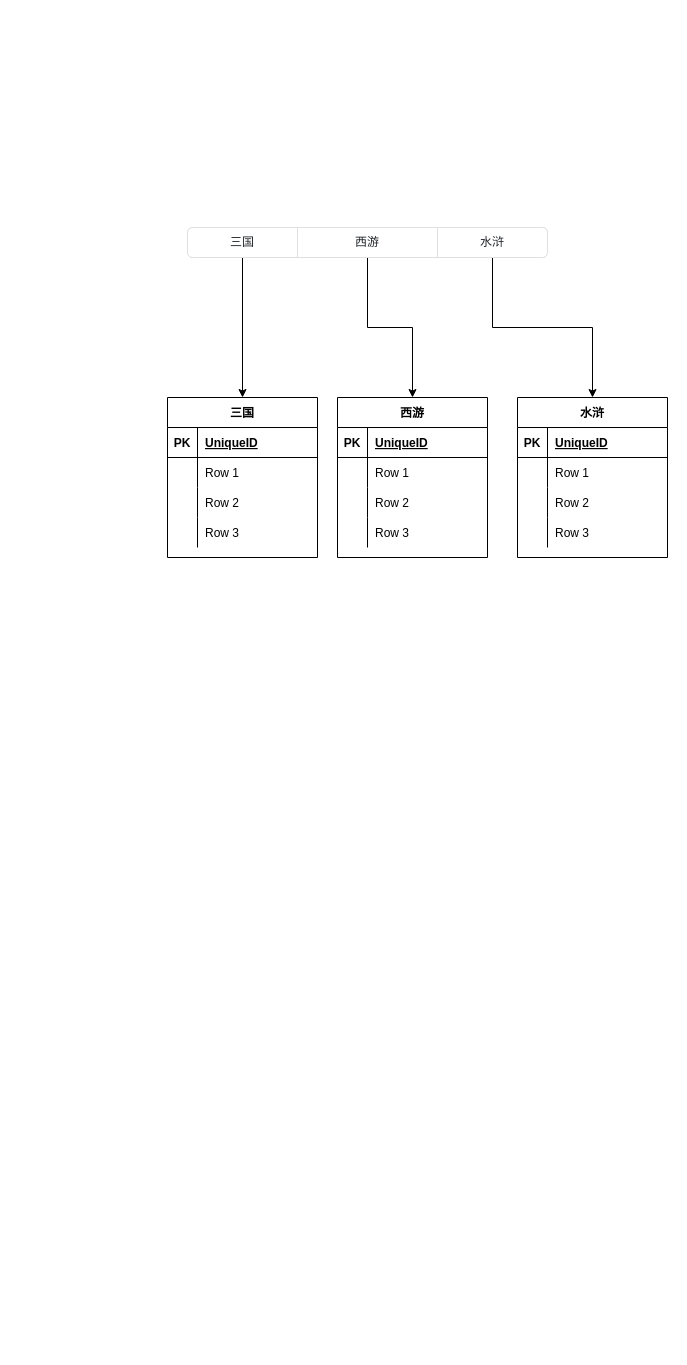
Before: redis-cache.drawio in yiuked/diagram, a draw.io diagram. Source tidied: cells renumbered, new cells numbered last; positions are measured from the earlier drawing's top-left corner, leaving out a move shared by most shapes. Both pictures are drawn from the tidied source at 100%, with x=0, y=0 at pixel (167, 227).
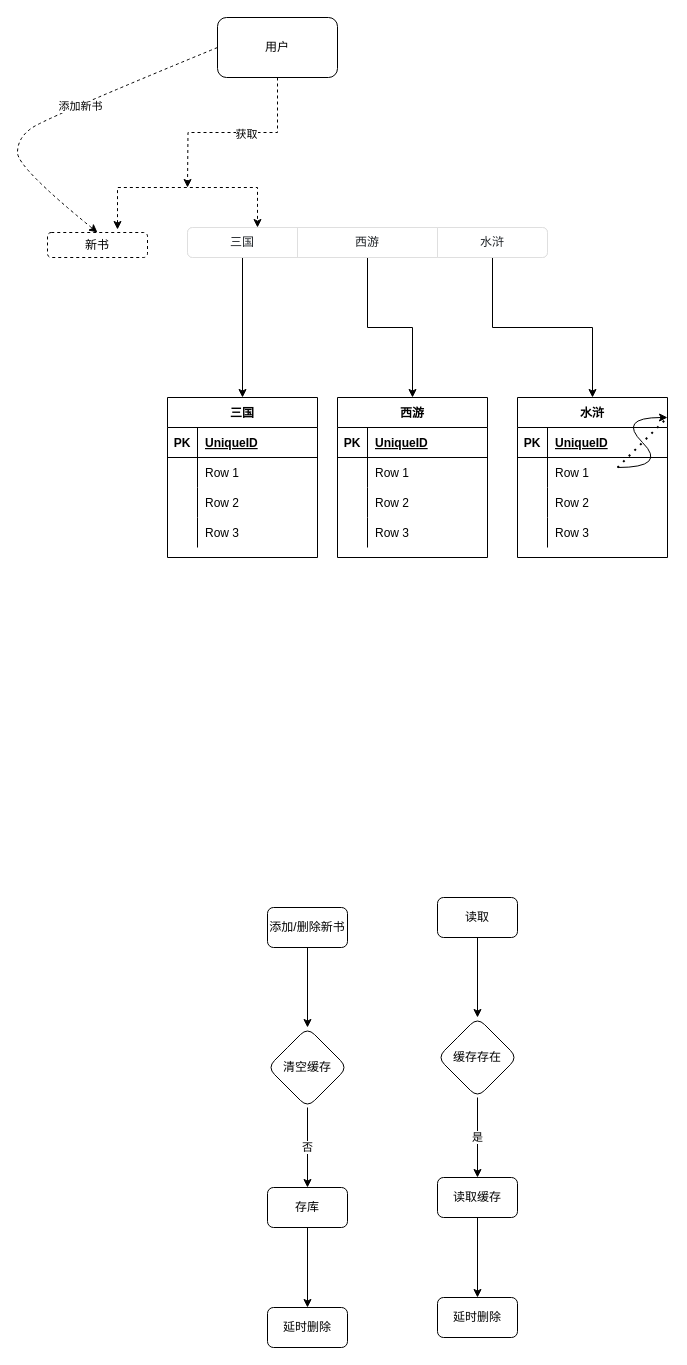
The same page after the edit.

The edit, as a diff of the source:
```diff
@@
+    <mxCell id="48" value="新书" style="rounded=1;whiteSpace=wrap;html=1;dashed=1;" parent="1" vertex="1">
+      <mxGeometry x="-120" y="5" width="100" height="25" as="geometry" />
+    </mxCell>
+    <mxCell id="49" style="edgeStyle=orthogonalEdgeStyle;rounded=0;jettySize=auto;html=1;exitX=0.5;exitY=1;exitDx=0;exitDy=0;dashed=1;" parent="1" edge="1" source="51">
+      <mxGeometry relative="1" as="geometry">
+        <mxPoint x="20" y="-40" as="targetPoint" />
+      </mxGeometry>
+    </mxCell>
+    <mxCell id="50" value="获取" style="edgeLabel;html=1;align=center;verticalAlign=middle;" parent="49" vertex="1">
+      <mxGeometry x="-0.13" y="1" relative="1" as="geometry" />
+    </mxCell>
+    <mxCell id="51" value="用户" style="rounded=1;whiteSpace=wrap;html=1;" parent="1" vertex="1">
+      <mxGeometry x="50" y="-210" width="120" height="60" as="geometry" />
+    </mxCell>
+    <mxCell id="52" style="curved=1;endArrow=classic;html=1;rounded=0;" parent="1" edge="1">
+      <mxGeometry relative="1" as="geometry">
+        <mxPoint x="450" y="240" as="sourcePoint" />
+        <mxPoint x="500" y="190" as="targetPoint" />
+        <Array as="points">
+          <mxPoint x="500" y="240" />
+          <mxPoint x="450" y="190" />
+        </Array>
+      </mxGeometry>
+    </mxCell>
+    <mxCell id="53" style="curved=1;endArrow=classic;html=1;rounded=0;exitX=0;exitY=0.5;exitDx=0;exitDy=0;entryX=0.5;entryY=0;entryDx=0;entryDy=0;dashed=1;" parent="1" edge="1" source="51" target="48">
+      <mxGeometry relative="1" as="geometry">
+        <Array as="points">
+          <mxPoint x="-120" y="-110" />
+          <mxPoint x="-150" y="-90" />
+          <mxPoint x="-150" y="-60" />
+        </Array>
+      </mxGeometry>
+    </mxCell>
+    <mxCell id="54" value="添加新书" style="edgeLabel;html=1;align=center;verticalAlign=middle;" parent="53" vertex="1">
+      <mxGeometry x="-0.15" y="2" relative="1" as="geometry" />
+    </mxCell>
+    <mxCell id="55" style="endArrow=none;dashed=1;html=1;dashPattern=1 3;strokeWidth=2;rounded=0;" parent="1" edge="1">
+      <mxGeometry relative="1" as="geometry">
+        <mxPoint x="450" y="240" as="sourcePoint" />
+        <mxPoint x="500" y="190" as="targetPoint" />
+      </mxGeometry>
+    </mxCell>
+    <mxCell id="56" style="endArrow=classic;startArrow=classic;html=1;rounded=0;dashed=1;" parent="1" edge="1">
+      <mxGeometry relative="1" as="geometry">
+        <mxPoint x="-50" y="2" as="sourcePoint" />
+        <mxPoint x="90" as="targetPoint" />
+        <Array as="points">
+          <mxPoint x="-50" y="-40" />
+          <mxPoint x="90" y="-40" />
+        </Array>
+      </mxGeometry>
+    </mxCell>
+    <mxCell id="57" style="edgeStyle=orthogonalEdgeStyle;rounded=0;jettySize=auto;html=1;exitX=0.5;exitY=1;exitDx=0;exitDy=0;" parent="1" edge="1" source="58" target="60">
+      <mxGeometry relative="1" as="geometry" />
+    </mxCell>
+    <mxCell id="58" value="添加/删除新书" style="rounded=1;whiteSpace=wrap;html=1;" parent="1" vertex="1">
+      <mxGeometry x="100" y="680" width="80" height="40" as="geometry" />
+    </mxCell>
+    <mxCell id="59" value="否" style="edgeStyle=orthogonalEdgeStyle;rounded=0;jettySize=auto;html=1;exitX=0.5;exitY=1;exitDx=0;exitDy=0;" parent="1" edge="1" source="60" target="62">
+      <mxGeometry relative="1" as="geometry" />
+    </mxCell>
+    <mxCell id="60" value="清空缓存" style="rhombus;whiteSpace=wrap;html=1;rounded=1;" parent="1" vertex="1">
+      <mxGeometry x="100" y="800" width="80" height="80" as="geometry" />
+    </mxCell>
+    <mxCell id="61" style="edgeStyle=orthogonalEdgeStyle;rounded=0;jettySize=auto;html=1;exitX=0.5;exitY=1;exitDx=0;exitDy=0;" parent="1" edge="1" source="62" target="63">
+      <mxGeometry relative="1" as="geometry" />
+    </mxCell>
+    <mxCell id="62" value="存库" style="rounded=1;whiteSpace=wrap;html=1;" parent="1" vertex="1">
+      <mxGeometry x="100" y="960" width="80" height="40" as="geometry" />
+    </mxCell>
+    <mxCell id="63" value="延时删除" style="rounded=1;whiteSpace=wrap;html=1;" parent="1" vertex="1">
+      <mxGeometry x="100" y="1080" width="80" height="40" as="geometry" />
+    </mxCell>
+    <mxCell id="64" style="edgeStyle=orthogonalEdgeStyle;rounded=0;jettySize=auto;html=1;exitX=0.5;exitY=1;exitDx=0;exitDy=0;" parent="1" edge="1" source="65" target="67">
+      <mxGeometry relative="1" as="geometry" />
+    </mxCell>
+    <mxCell id="65" value="读取" style="rounded=1;whiteSpace=wrap;html=1;" parent="1" vertex="1">
+      <mxGeometry x="270" y="670" width="80" height="40" as="geometry" />
+    </mxCell>
+    <mxCell id="66" value="是" style="edgeStyle=orthogonalEdgeStyle;rounded=0;jettySize=auto;html=1;exitX=0.5;exitY=1;exitDx=0;exitDy=0;" parent="1" edge="1" source="67" target="69">
+      <mxGeometry relative="1" as="geometry" />
+    </mxCell>
+    <mxCell id="67" value="缓存存在" style="rhombus;whiteSpace=wrap;html=1;rounded=1;" parent="1" vertex="1">
+      <mxGeometry x="270" y="790" width="80" height="80" as="geometry" />
+    </mxCell>
+    <mxCell id="68" style="edgeStyle=orthogonalEdgeStyle;rounded=0;jettySize=auto;html=1;exitX=0.5;exitY=1;exitDx=0;exitDy=0;" parent="1" edge="1" source="69" target="70">
+      <mxGeometry relative="1" as="geometry" />
+    </mxCell>
+    <mxCell id="69" value="读取缓存" style="rounded=1;whiteSpace=wrap;html=1;" parent="1" vertex="1">
+      <mxGeometry x="270" y="950" width="80" height="40" as="geometry" />
+    </mxCell>
+    <mxCell id="70" value="延时删除" style="rounded=1;whiteSpace=wrap;html=1;" parent="1" vertex="1">
+      <mxGeometry x="270" y="1070" width="80" height="40" as="geometry" />
+    </mxCell>
```
